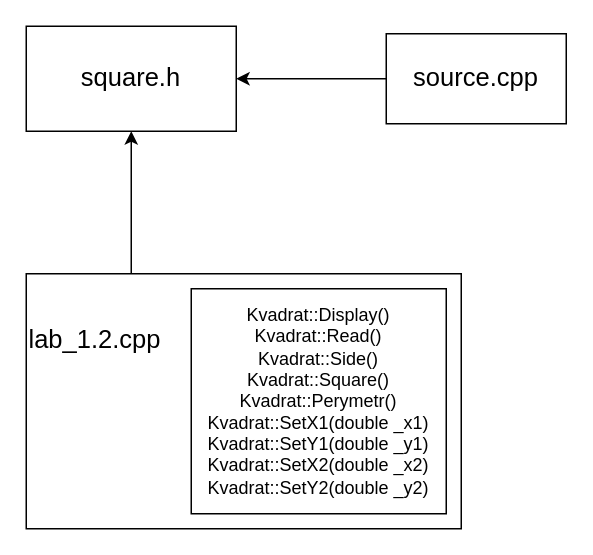
Earlier version of the draw.io diagram lab1.2.drawio (Slava-v-Ukraini/oop_lab1.2). Source tidied: cells renumbered, new cells numbered last; positions are measured from the earlier drawing's top-left corner, leaving out a move shared by most shapes. Both pictures are drawn from the tidied source at 150%, with x=0, y=0 at pixel (26, 26).
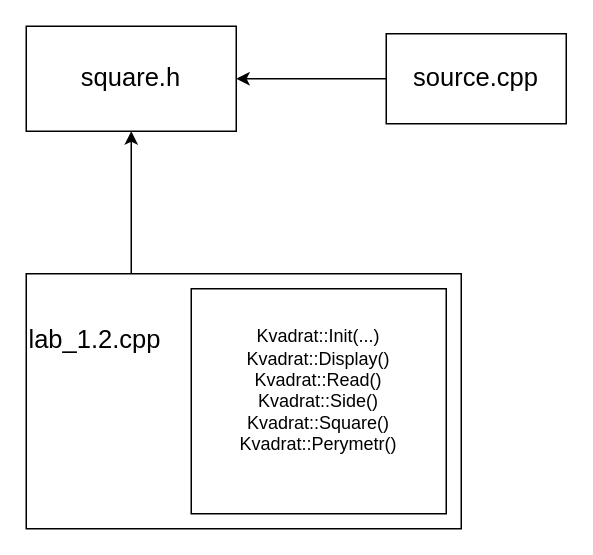
The same diagram, later.

The edit, as a diff of the source:
```diff
@@
 <mxGraphModel>
   <root>
     <mxCell id="0" />
     <mxCell id="1" parent="0" />
     <mxCell id="2" value="&lt;font style=&quot;font-size: 17px;&quot;&gt;square.h&lt;/font&gt;" style="rounded=0;whiteSpace=wrap;html=1;" parent="1" vertex="1">
       <mxGeometry width="140" height="70" as="geometry" />
     </mxCell>
     <mxCell id="3" style="edgeStyle=orthogonalEdgeStyle;rounded=0;jettySize=auto;html=1;entryX=1;entryY=0.5;entryDx=0;entryDy=0;" parent="1" edge="1" source="4" target="2">
       <mxGeometry relative="1" as="geometry" />
     </mxCell>
     <mxCell id="4" value="&lt;font style=&quot;font-size: 17px;&quot;&gt;source.cpp&lt;/font&gt;" style="rounded=0;whiteSpace=wrap;html=1;" parent="1" vertex="1">
       <mxGeometry x="240" y="5" width="120" height="60" as="geometry" />
     </mxCell>
     <mxCell id="5" style="edgeStyle=orthogonalEdgeStyle;rounded=0;jettySize=auto;html=1;" parent="1" edge="1" source="6" target="2">
       <mxGeometry relative="1" as="geometry">
         <Array as="points">
           <mxPoint x="70" y="145" />
           <mxPoint x="70" y="145" />
         </Array>
       </mxGeometry>
     </mxCell>
     <mxCell id="6" value="&lt;div style=&quot;padding-top: 0px; padding-bottom: 80px;&quot;&gt;&lt;span style=&quot;background-color: initial;&quot;&gt;lab_1.2.cpp&lt;/span&gt;&lt;/div&gt;" style="rounded=0;whiteSpace=wrap;html=1;fontSize=17;align=left;" parent="1" vertex="1">
       <mxGeometry y="165" width="290" height="170" as="geometry" />
     </mxCell>
-    <mxCell id="7" value="Kvadrat::Display()&lt;div&gt;Kvadrat::Read()&lt;/div&gt;&lt;div&gt;Kvadrat::Side()&lt;/div&gt;&lt;div&gt;Kvadrat::Square()&lt;/div&gt;&lt;div&gt;Kvadrat::Perymetr()&lt;/div&gt;&lt;div&gt;Kvadrat::SetX1(double _x1)&lt;/div&gt;&lt;div&gt;Kvadrat::SetY1(double _y1)&lt;/div&gt;&lt;div&gt;Kvadrat::SetX2(double _x2)&lt;/div&gt;&lt;div&gt;Kvadrat::SetY2(double _y2)&lt;/div&gt;" style="rounded=0;whiteSpace=wrap;html=1;" parent="1" vertex="1">
+    <mxCell id="7" value="&lt;div&gt;Kvadrat::Init(...)&lt;/div&gt;Kvadrat::Display()&lt;div&gt;Kvadrat::Read()&lt;/div&gt;&lt;div&gt;Kvadrat::Side()&lt;/div&gt;&lt;div&gt;Kvadrat::Square()&lt;/div&gt;&lt;div&gt;Kvadrat::Perymetr()&lt;/div&gt;&lt;div&gt;&lt;br&gt;&lt;/div&gt;" style="rounded=0;whiteSpace=wrap;html=1;" parent="1" vertex="1">
       <mxGeometry x="110" y="175" width="170" height="150" as="geometry" />
     </mxCell>
   </root>
 </mxGraphModel>
```
